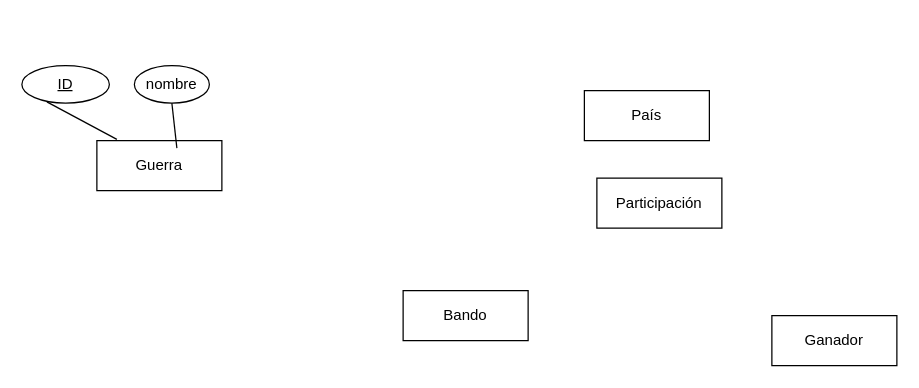
Above: ej4.drawio in adriii28/amr-tsys-C3U12-11102023 (draw.io), before the change. Source tidied: cells renumbered, new cells numbered last; positions are measured from the earlier drawing's top-left corner, leaving out a move shared by most shapes. Both pictures are drawn from the tidied source at 125%, with x=0, y=0 at pixel (21, 65).
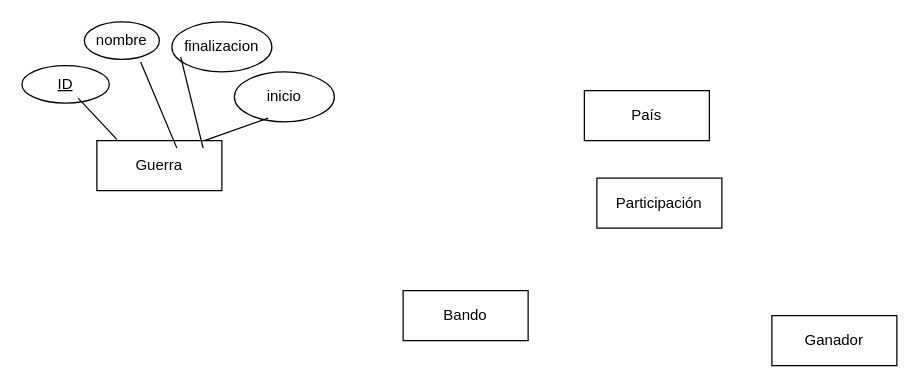
The same diagram, later.

Commit message:
atributos de guerra

The edit, as a diff of the source:
```diff
@@
 <mxGraphModel>
   <root>
     <mxCell id="0" />
     <mxCell id="1" parent="0" />
     <mxCell id="2" value="Guerra" style="whiteSpace=wrap;html=1;align=center;" parent="1" vertex="1">
       <mxGeometry x="60" y="60" width="100" height="40" as="geometry" />
     </mxCell>
     <mxCell id="3" value="País" style="whiteSpace=wrap;html=1;align=center;" parent="1" vertex="1">
       <mxGeometry x="450" y="20" width="100" height="40" as="geometry" />
     </mxCell>
     <mxCell id="4" value="Bando" style="whiteSpace=wrap;html=1;align=center;" parent="1" vertex="1">
       <mxGeometry x="305" y="180" width="100" height="40" as="geometry" />
     </mxCell>
     <mxCell id="5" value="Participación" style="whiteSpace=wrap;html=1;align=center;" parent="1" vertex="1">
       <mxGeometry x="460" y="90" width="100" height="40" as="geometry" />
     </mxCell>
     <mxCell id="6" value="Ganador" style="whiteSpace=wrap;html=1;align=center;" parent="1" vertex="1">
       <mxGeometry x="600" y="200" width="100" height="40" as="geometry" />
     </mxCell>
     <mxCell id="7" value="&lt;u&gt;ID&lt;/u&gt;" style="ellipse;whiteSpace=wrap;html=1;align=center;" parent="1" vertex="1">
       <mxGeometry width="70" height="30" as="geometry" />
     </mxCell>
+    <mxCell id="11" value="inicio" style="ellipse;whiteSpace=wrap;html=1;" parent="1" vertex="1">
+      <mxGeometry x="170" y="5" width="80" height="40" as="geometry" />
+    </mxCell>
     <mxCell id="8" value="nombre" style="ellipse;whiteSpace=wrap;html=1;align=center;" parent="1" vertex="1">
-      <mxGeometry x="90" width="60" height="30" as="geometry" />
+      <mxGeometry x="50" y="-35" width="60" height="30" as="geometry" />
     </mxCell>
-    <mxCell id="9" style="endArrow=none;html=1;rounded=0;entryX=0.16;entryY=-0.025;entryDx=0;entryDy=0;entryPerimeter=0;" parent="1" edge="1" target="2">
-      <mxGeometry relative="1" as="geometry">
-        <mxPoint x="20" y="29" as="sourcePoint" />
-      </mxGeometry>
+    <mxCell id="9" style="endArrow=none;html=1;rounded=0;entryX=0.16;entryY=-0.025;entryDx=0;entryDy=0;entryPerimeter=0;exitX=0.643;exitY=0.867;exitDx=0;exitDy=0;exitPerimeter=0;" parent="1" edge="1" source="7" target="2">
+      <mxGeometry relative="1" as="geometry" />
     </mxCell>
+    <mxCell id="12" value="finalizacion" style="ellipse;whiteSpace=wrap;html=1;" parent="1" vertex="1">
+      <mxGeometry x="120" y="-35" width="80" height="40" as="geometry" />
+    </mxCell>
-    <mxCell id="10" style="endArrow=none;html=1;rounded=0;entryX=0.64;entryY=0.15;entryDx=0;entryDy=0;entryPerimeter=0;" parent="1" edge="1" target="2">
-      <mxGeometry relative="1" as="geometry">
-        <mxPoint x="120" y="30" as="sourcePoint" />
-      </mxGeometry>
+    <mxCell id="10" style="endArrow=none;html=1;rounded=0;entryX=0.64;entryY=0.15;entryDx=0;entryDy=0;entryPerimeter=0;exitX=0.75;exitY=1.067;exitDx=0;exitDy=0;exitPerimeter=0;" parent="1" edge="1" source="8" target="2">
+      <mxGeometry relative="1" as="geometry" />
     </mxCell>
+    <mxCell id="13" style="endArrow=none;html=1;rounded=0;entryX=0.85;entryY=0.15;entryDx=0;entryDy=0;entryPerimeter=0;exitX=0.088;exitY=0.7;exitDx=0;exitDy=0;exitPerimeter=0;" parent="1" edge="1" source="12" target="2">
+      <mxGeometry relative="1" as="geometry" />
+    </mxCell>
+    <mxCell id="14" style="endArrow=none;html=1;rounded=0;entryX=0.86;entryY=0;entryDx=0;entryDy=0;entryPerimeter=0;exitX=0.338;exitY=0.925;exitDx=0;exitDy=0;exitPerimeter=0;" parent="1" edge="1" source="11" target="2">
+      <mxGeometry relative="1" as="geometry" />
+    </mxCell>
   </root>
 </mxGraphModel>
```
